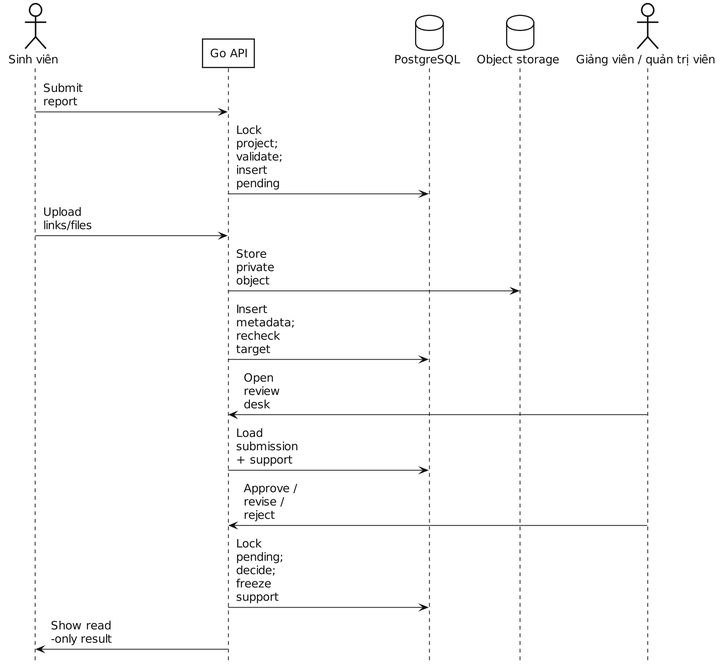
Above: report/assets/diagrams/review-workflow.png in gachu2002/UniTrack (PlantUML), before the change. Source of this version:
```plantuml
@startuml
skinparam backgroundColor white
skinparam monochrome true
skinparam shadowing false
skinparam dpi 170
skinparam defaultFontName "DejaVu Sans"
skinparam defaultFontSize 15
skinparam defaultFontColor #111111
skinparam classAttributeIconSize 0
skinparam ArrowColor #111111
skinparam ArrowThickness 1
skinparam LineColor #111111
skinparam maxMessageSize 80
skinparam RoundCorner 0
skinparam Padding 3
skinparam Nodesep 34
skinparam Ranksep 40
skinparam componentStyle rectangle
skinparam linetype polyline
skinparam ParticipantPadding 170
skinparam BoxPadding 8

skinparam package {
  BorderColor #111111
  BackgroundColor #FFFFFF
  FontColor #111111
  FontStyle bold
}

skinparam rectangle {
  BorderColor #111111
  BackgroundColor #FFFFFF
  FontColor #111111
}

skinparam component {
  BorderColor #111111
  BackgroundColor #FFFFFF
  FontColor #111111
}

skinparam class {
  BorderColor #111111
  BackgroundColor #FFFFFF
  FontColor #111111
  AttributeFontColor #111111
  StereotypeFontColor #111111
}

skinparam database {
  BorderColor #111111
  BackgroundColor #FFFFFF
  FontColor #111111
}

skinparam usecase {
  BorderColor #111111
  BackgroundColor #FFFFFF
  FontColor #111111
}

skinparam actor {
  BorderColor #111111
  BackgroundColor #FFFFFF
  FontColor #111111
}

skinparam note {
  BorderColor #111111
  BackgroundColor #FFFFFF
  FontColor #111111
}

skinparam sequence {
  ArrowColor #111111
  LifeLineBorderColor #111111
  LifeLineBackgroundColor #FFFFFF
  ParticipantBorderColor #111111
  ParticipantBackgroundColor #FFFFFF
  ParticipantFontColor #111111
  ActorBorderColor #111111
  ActorBackgroundColor #FFFFFF
  ActorFontColor #111111
  DatabaseBorderColor #111111
  DatabaseBackgroundColor #FFFFFF
  DatabaseFontColor #111111
}

skinparam state {
  BorderColor #111111
  BackgroundColor #FFFFFF
  FontColor #111111
  StartColor #111111
  EndColor #111111
}

skinparam activity {
  BorderColor #111111
  BackgroundColor #FFFFFF
  FontColor #111111
  DiamondBorderColor #111111
  DiamondBackgroundColor #FFFFFF
  StartColor #111111
  EndColor #111111
}
skinparam backgroundColor white
skinparam shadowing false
skinparam defaultFontName "DejaVu Sans"
skinparam sequenceArrowThickness 1
hide footbox

actor "Sinh viên" as Student
participant "Go API" as API
database "PostgreSQL" as DB
database "Object storage" as Storage
actor "Giảng viên / quản trị viên" as Manager

Student -> API : Submit report
API -> DB : Lock project; validate; insert pending

Student -> API : Upload links/files
API -> Storage : Store private object
API -> DB : Insert metadata; recheck target

Manager -> API : Open review desk
API -> DB : Load submission + support
Manager -> API : Approve / revise / reject
API -> DB : Lock pending; decide; freeze support
API -> Student : Show read-only result
@enduml
```
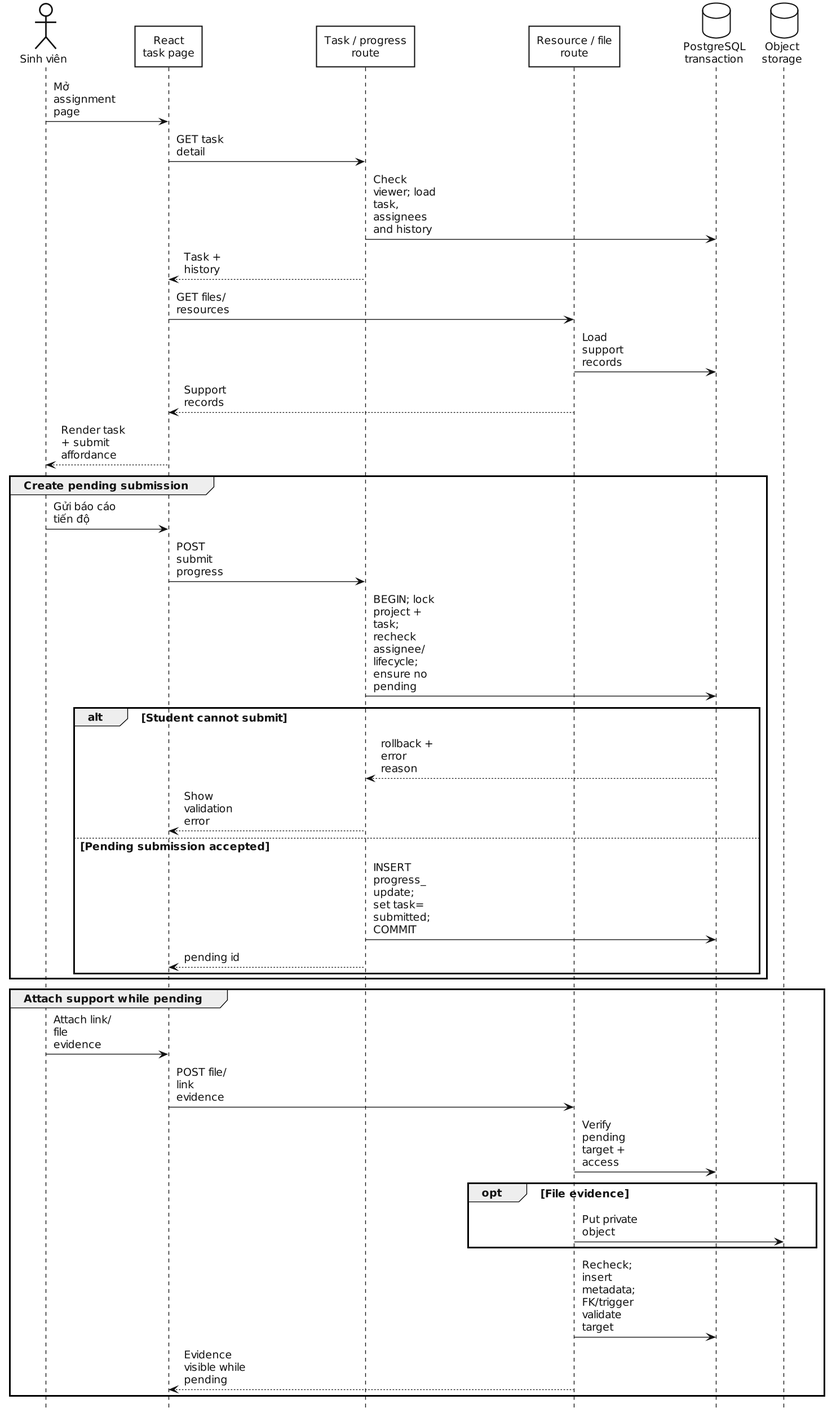
Later version of the same file.

Change to the diagram source:
```diff
@@ -106,25 +106,51 @@
 skinparam backgroundColor white
 skinparam shadowing false
 skinparam defaultFontName "DejaVu Sans"
+skinparam defaultFontSize 14
+skinparam dpi 130
 skinparam sequenceArrowThickness 1
+skinparam ParticipantPadding 70
+skinparam BoxPadding 7
+skinparam maxMessageSize 84
 hide footbox
 
 actor "Sinh viên" as Student
-participant "Go API" as API
-database "PostgreSQL" as DB
-database "Object storage" as Storage
-actor "Giảng viên / quản trị viên" as Manager
+participant "React\ntask page" as Web
+participant "Task / progress\nroute" as Progress
+participant "Resource / file\nroute" as FileRoute
+database "PostgreSQL\ntransaction" as Tx
+database "Object\nstorage" as Store
 
-Student -> API : Submit report
-API -> DB : Lock project; validate; insert pending
+Student -> Web : Mở assignment page
+Web -> Progress : GET task detail
+Progress -> Tx : Check viewer; load task,\nassignees and history
+Progress --> Web : Task + history
+Web -> FileRoute : GET files/resources
+FileRoute -> Tx : Load support records
+FileRoute --> Web : Support records
+Web --> Student : Render task + submit affordance
 
-Student -> API : Upload links/files
-API -> Storage : Store private object
-API -> DB : Insert metadata; recheck target
+group Create pending submission
+  Student -> Web : Gửi báo cáo tiến độ
+  Web -> Progress : POST submit progress
+  Progress -> Tx : BEGIN; lock project + task;\nrecheck assignee/lifecycle;\nensure no pending
+  alt Student cannot submit
+    Tx --> Progress : rollback + error reason
+    Progress --> Web : Show validation error
+  else Pending submission accepted
+    Progress -> Tx : INSERT progress_update;\nset task=submitted; COMMIT
+    Progress --> Web : pending id
+  end
+end
 
-Manager -> API : Open review desk
-API -> DB : Load submission + support
-Manager -> API : Approve / revise / reject
-API -> DB : Lock pending; decide; freeze support
-API -> Student : Show read-only result
+group Attach support while pending
+  Student -> Web : Attach link/file evidence
+  Web -> FileRoute : POST file/link evidence
+  FileRoute -> Tx : Verify pending target + access
+  opt File evidence
+    FileRoute -> Store : Put private object
+  end
+  FileRoute -> Tx : Recheck; insert metadata;\nFK/trigger validate target
+  FileRoute --> Web : Evidence visible while pending
+end
 @enduml
```
